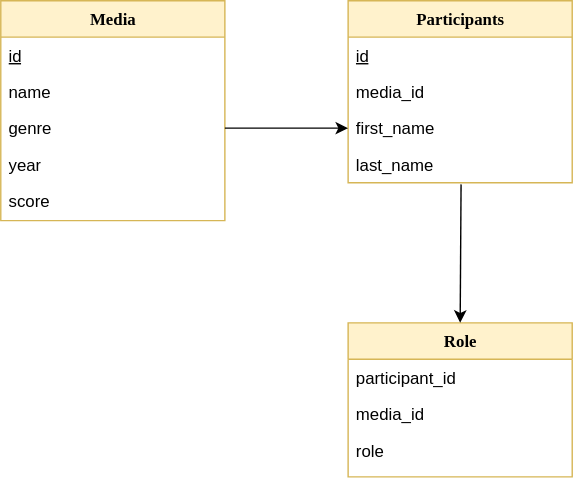
This is lab2/lab2-crud/er_diagram.svg from jakobfridesjo/5dv202-labs, a draw.io export, as it was before one commit. Source tidied: cells renumbered, new cells last; positions are measured from the earlier drawing's top-left corner, leaving out a move shared by most shapes. Its diagram source:
```xml
<mxGraphModel>
  <root>
    <mxCell id="0" />
    <mxCell id="1" parent="0" />
    <mxCell id="2" value="Media" style="swimlane;html=1;fontStyle=1;align=center;verticalAlign=top;horizontal=1;startSize=26;swimlaneFillColor=#ffffff;rounded=0;shadow=0;comic=0;labelBackgroundColor=none;strokeWidth=1;fontFamily=Verdana;fontSize=12;fillColor=#fff2cc;strokeColor=#d6b656;" parent="1" vertex="1">
      <mxGeometry width="160" height="157" as="geometry" />
    </mxCell>
    <mxCell id="3" value="&lt;u&gt;id&lt;/u&gt;" style="text;html=1;strokeColor=none;fillColor=none;align=left;verticalAlign=top;spacingLeft=4;spacingRight=4;whiteSpace=wrap;overflow=hidden;" parent="2" vertex="1">
      <mxGeometry y="26" width="160" height="26" as="geometry" />
    </mxCell>
    <mxCell id="4" value="name" style="text;html=1;strokeColor=none;fillColor=none;align=left;verticalAlign=top;spacingLeft=4;spacingRight=4;whiteSpace=wrap;overflow=hidden;" parent="2" vertex="1">
      <mxGeometry y="52" width="160" height="26" as="geometry" />
    </mxCell>
    <mxCell id="5" value="genre" style="text;html=1;strokeColor=none;fillColor=none;align=left;verticalAlign=top;spacingLeft=4;spacingRight=4;whiteSpace=wrap;overflow=hidden;points=[[0,0.5],[1,0.5]];portConstraint=eastwest;" parent="2" vertex="1">
      <mxGeometry y="78" width="160" height="26" as="geometry" />
    </mxCell>
    <mxCell id="6" value="year" style="text;html=1;strokeColor=none;fillColor=none;align=left;verticalAlign=top;spacingLeft=4;spacingRight=4;whiteSpace=wrap;overflow=hidden;" parent="2" vertex="1">
      <mxGeometry y="104" width="160" height="26" as="geometry" />
    </mxCell>
    <mxCell id="7" value="score" style="text;html=1;strokeColor=none;fillColor=none;align=left;verticalAlign=top;spacingLeft=4;spacingRight=4;whiteSpace=wrap;overflow=hidden;" parent="2" vertex="1">
      <mxGeometry y="130" width="160" height="26" as="geometry" />
    </mxCell>
    <mxCell id="8" value="Participants" style="swimlane;html=1;fontStyle=1;align=center;verticalAlign=top;horizontal=1;startSize=26;swimlaneFillColor=#ffffff;rounded=0;shadow=0;comic=0;labelBackgroundColor=none;strokeWidth=1;fontFamily=Verdana;fontSize=12;fillColor=#fff2cc;strokeColor=#d6b656;" parent="1" vertex="1">
      <mxGeometry x="248" width="160" height="130" as="geometry" />
    </mxCell>
    <mxCell id="9" value="&lt;u&gt;id&lt;/u&gt;" style="text;html=1;strokeColor=none;fillColor=none;align=left;verticalAlign=top;spacingLeft=4;spacingRight=4;whiteSpace=wrap;overflow=hidden;" parent="8" vertex="1">
      <mxGeometry y="26" width="160" height="26" as="geometry" />
    </mxCell>
    <mxCell id="10" value="media_id" style="text;html=1;strokeColor=none;fillColor=none;align=left;verticalAlign=top;spacingLeft=4;spacingRight=4;whiteSpace=wrap;overflow=hidden;" parent="8" vertex="1">
      <mxGeometry y="52" width="160" height="26" as="geometry" />
    </mxCell>
    <mxCell id="11" value="first_name" style="text;html=1;strokeColor=none;fillColor=none;align=left;verticalAlign=top;spacingLeft=4;spacingRight=4;whiteSpace=wrap;overflow=hidden;points=[[0,0.5],[1,0.5]];portConstraint=eastwest;" parent="8" vertex="1">
      <mxGeometry y="78" width="160" height="26" as="geometry" />
    </mxCell>
    <mxCell id="12" value="last_name" style="text;html=1;strokeColor=none;fillColor=none;align=left;verticalAlign=top;spacingLeft=4;spacingRight=4;whiteSpace=wrap;overflow=hidden;points=[[0,0.5],[1,0.5]];portConstraint=eastwest;" parent="8" vertex="1">
      <mxGeometry y="104" width="160" height="26" as="geometry" />
    </mxCell>
    <mxCell id="13" value="Role" style="swimlane;html=1;fontStyle=1;align=center;verticalAlign=top;horizontal=1;startSize=26;swimlaneFillColor=#ffffff;rounded=0;shadow=0;comic=0;labelBackgroundColor=none;strokeWidth=1;fontFamily=Verdana;fontSize=12;fillColor=#fff2cc;strokeColor=#d6b656;" parent="1" vertex="1">
      <mxGeometry x="248" y="230" width="160" height="110" as="geometry" />
    </mxCell>
    <mxCell id="14" value="participant_id" style="text;html=1;strokeColor=none;fillColor=none;align=left;verticalAlign=top;spacingLeft=4;spacingRight=4;whiteSpace=wrap;overflow=hidden;" parent="13" vertex="1">
      <mxGeometry y="26" width="160" height="26" as="geometry" />
    </mxCell>
    <mxCell id="15" value="media_id" style="text;html=1;strokeColor=none;fillColor=none;align=left;verticalAlign=top;spacingLeft=4;spacingRight=4;whiteSpace=wrap;overflow=hidden;" parent="13" vertex="1">
      <mxGeometry y="52" width="160" height="26" as="geometry" />
    </mxCell>
    <mxCell id="16" value="role" style="text;html=1;strokeColor=none;fillColor=none;align=left;verticalAlign=top;spacingLeft=4;spacingRight=4;whiteSpace=wrap;overflow=hidden;" parent="13" vertex="1">
      <mxGeometry y="78" width="160" height="26" as="geometry" />
    </mxCell>
    <mxCell id="17" style="endArrow=classic;html=1;rounded=0;entryX=0.5;entryY=0;entryDx=0;entryDy=0;exitX=0.504;exitY=1.044;exitDx=0;exitDy=0;exitPerimeter=0;" parent="1" edge="1" source="12" target="13">
      <mxGeometry relative="1" as="geometry" />
    </mxCell>
    <mxCell id="18" style="endArrow=classic;html=1;rounded=0;entryX=0;entryY=0.5;entryDx=0;entryDy=0;exitX=1;exitY=0.5;exitDx=0;exitDy=0;" parent="1" edge="1" source="5" target="11">
      <mxGeometry relative="1" as="geometry" />
    </mxCell>
  </root>
</mxGraphModel>
```
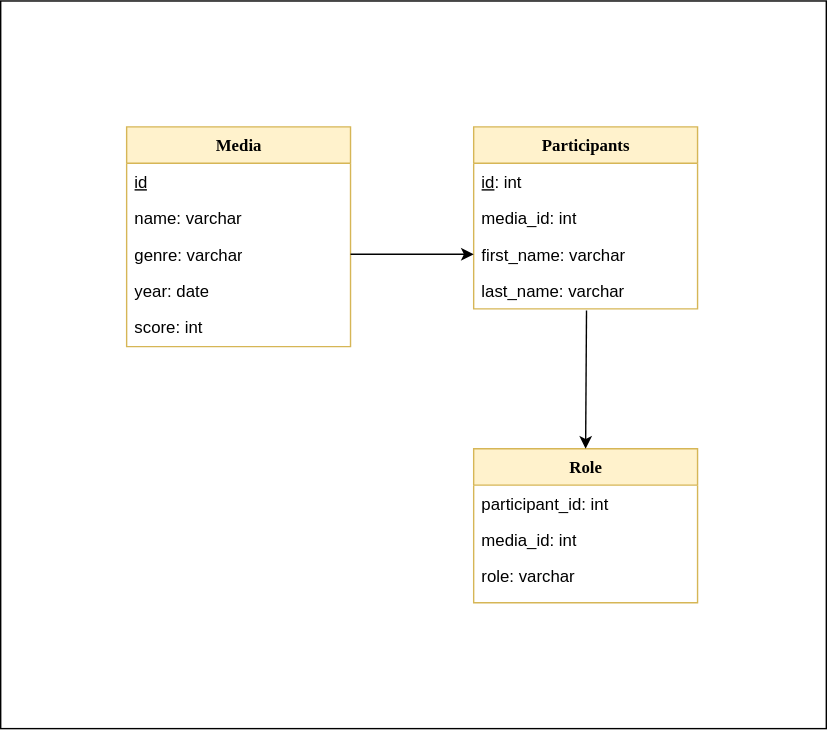
After the commit.

Diff of the diagram source:
```diff
@@ -2,49 +2,52 @@
   <root>
     <mxCell id="0" />
     <mxCell id="1" parent="0" />
+    <mxCell id="19" style="rounded=0;whiteSpace=wrap;html=1;" parent="1" vertex="1">
+      <mxGeometry x="-90" y="-90" width="590" height="520" as="geometry" />
+    </mxCell>
     <mxCell id="2" value="Media" style="swimlane;html=1;fontStyle=1;align=center;verticalAlign=top;horizontal=1;startSize=26;swimlaneFillColor=#ffffff;rounded=0;shadow=0;comic=0;labelBackgroundColor=none;strokeWidth=1;fontFamily=Verdana;fontSize=12;fillColor=#fff2cc;strokeColor=#d6b656;" parent="1" vertex="1">
       <mxGeometry width="160" height="157" as="geometry" />
     </mxCell>
     <mxCell id="3" value="&lt;u&gt;id&lt;/u&gt;" style="text;html=1;strokeColor=none;fillColor=none;align=left;verticalAlign=top;spacingLeft=4;spacingRight=4;whiteSpace=wrap;overflow=hidden;" parent="2" vertex="1">
       <mxGeometry y="26" width="160" height="26" as="geometry" />
     </mxCell>
-    <mxCell id="4" value="name" style="text;html=1;strokeColor=none;fillColor=none;align=left;verticalAlign=top;spacingLeft=4;spacingRight=4;whiteSpace=wrap;overflow=hidden;" parent="2" vertex="1">
+    <mxCell id="4" value="name: varchar" style="text;html=1;strokeColor=none;fillColor=none;align=left;verticalAlign=top;spacingLeft=4;spacingRight=4;whiteSpace=wrap;overflow=hidden;" parent="2" vertex="1">
       <mxGeometry y="52" width="160" height="26" as="geometry" />
     </mxCell>
-    <mxCell id="5" value="genre" style="text;html=1;strokeColor=none;fillColor=none;align=left;verticalAlign=top;spacingLeft=4;spacingRight=4;whiteSpace=wrap;overflow=hidden;points=[[0,0.5],[1,0.5]];portConstraint=eastwest;" parent="2" vertex="1">
+    <mxCell id="5" value="genre: varchar" style="text;html=1;strokeColor=none;fillColor=none;align=left;verticalAlign=top;spacingLeft=4;spacingRight=4;whiteSpace=wrap;overflow=hidden;points=[[0,0.5],[1,0.5]];portConstraint=eastwest;" parent="2" vertex="1">
       <mxGeometry y="78" width="160" height="26" as="geometry" />
     </mxCell>
-    <mxCell id="6" value="year" style="text;html=1;strokeColor=none;fillColor=none;align=left;verticalAlign=top;spacingLeft=4;spacingRight=4;whiteSpace=wrap;overflow=hidden;" parent="2" vertex="1">
+    <mxCell id="6" value="year: date" style="text;html=1;strokeColor=none;fillColor=none;align=left;verticalAlign=top;spacingLeft=4;spacingRight=4;whiteSpace=wrap;overflow=hidden;" parent="2" vertex="1">
       <mxGeometry y="104" width="160" height="26" as="geometry" />
     </mxCell>
-    <mxCell id="7" value="score" style="text;html=1;strokeColor=none;fillColor=none;align=left;verticalAlign=top;spacingLeft=4;spacingRight=4;whiteSpace=wrap;overflow=hidden;" parent="2" vertex="1">
+    <mxCell id="7" value="score: int" style="text;html=1;strokeColor=none;fillColor=none;align=left;verticalAlign=top;spacingLeft=4;spacingRight=4;whiteSpace=wrap;overflow=hidden;" parent="2" vertex="1">
       <mxGeometry y="130" width="160" height="26" as="geometry" />
     </mxCell>
     <mxCell id="8" value="Participants" style="swimlane;html=1;fontStyle=1;align=center;verticalAlign=top;horizontal=1;startSize=26;swimlaneFillColor=#ffffff;rounded=0;shadow=0;comic=0;labelBackgroundColor=none;strokeWidth=1;fontFamily=Verdana;fontSize=12;fillColor=#fff2cc;strokeColor=#d6b656;" parent="1" vertex="1">
       <mxGeometry x="248" width="160" height="130" as="geometry" />
     </mxCell>
-    <mxCell id="9" value="&lt;u&gt;id&lt;/u&gt;" style="text;html=1;strokeColor=none;fillColor=none;align=left;verticalAlign=top;spacingLeft=4;spacingRight=4;whiteSpace=wrap;overflow=hidden;" parent="8" vertex="1">
+    <mxCell id="9" value="&lt;u&gt;id&lt;/u&gt;: int" style="text;html=1;strokeColor=none;fillColor=none;align=left;verticalAlign=top;spacingLeft=4;spacingRight=4;whiteSpace=wrap;overflow=hidden;" parent="8" vertex="1">
       <mxGeometry y="26" width="160" height="26" as="geometry" />
     </mxCell>
-    <mxCell id="10" value="media_id" style="text;html=1;strokeColor=none;fillColor=none;align=left;verticalAlign=top;spacingLeft=4;spacingRight=4;whiteSpace=wrap;overflow=hidden;" parent="8" vertex="1">
+    <mxCell id="10" value="media_id: int" style="text;html=1;strokeColor=none;fillColor=none;align=left;verticalAlign=top;spacingLeft=4;spacingRight=4;whiteSpace=wrap;overflow=hidden;" parent="8" vertex="1">
       <mxGeometry y="52" width="160" height="26" as="geometry" />
     </mxCell>
-    <mxCell id="11" value="first_name" style="text;html=1;strokeColor=none;fillColor=none;align=left;verticalAlign=top;spacingLeft=4;spacingRight=4;whiteSpace=wrap;overflow=hidden;points=[[0,0.5],[1,0.5]];portConstraint=eastwest;" parent="8" vertex="1">
+    <mxCell id="11" value="first_name: varchar" style="text;html=1;strokeColor=none;fillColor=none;align=left;verticalAlign=top;spacingLeft=4;spacingRight=4;whiteSpace=wrap;overflow=hidden;points=[[0,0.5],[1,0.5]];portConstraint=eastwest;" parent="8" vertex="1">
       <mxGeometry y="78" width="160" height="26" as="geometry" />
     </mxCell>
-    <mxCell id="12" value="last_name" style="text;html=1;strokeColor=none;fillColor=none;align=left;verticalAlign=top;spacingLeft=4;spacingRight=4;whiteSpace=wrap;overflow=hidden;points=[[0,0.5],[1,0.5]];portConstraint=eastwest;" parent="8" vertex="1">
+    <mxCell id="12" value="last_name: varchar" style="text;html=1;strokeColor=none;fillColor=none;align=left;verticalAlign=top;spacingLeft=4;spacingRight=4;whiteSpace=wrap;overflow=hidden;points=[[0,0.5],[1,0.5]];portConstraint=eastwest;" parent="8" vertex="1">
       <mxGeometry y="104" width="160" height="26" as="geometry" />
     </mxCell>
     <mxCell id="13" value="Role" style="swimlane;html=1;fontStyle=1;align=center;verticalAlign=top;horizontal=1;startSize=26;swimlaneFillColor=#ffffff;rounded=0;shadow=0;comic=0;labelBackgroundColor=none;strokeWidth=1;fontFamily=Verdana;fontSize=12;fillColor=#fff2cc;strokeColor=#d6b656;" parent="1" vertex="1">
       <mxGeometry x="248" y="230" width="160" height="110" as="geometry" />
     </mxCell>
-    <mxCell id="14" value="participant_id" style="text;html=1;strokeColor=none;fillColor=none;align=left;verticalAlign=top;spacingLeft=4;spacingRight=4;whiteSpace=wrap;overflow=hidden;" parent="13" vertex="1">
+    <mxCell id="14" value="participant_id: int" style="text;html=1;strokeColor=none;fillColor=none;align=left;verticalAlign=top;spacingLeft=4;spacingRight=4;whiteSpace=wrap;overflow=hidden;" parent="13" vertex="1">
       <mxGeometry y="26" width="160" height="26" as="geometry" />
     </mxCell>
-    <mxCell id="15" value="media_id" style="text;html=1;strokeColor=none;fillColor=none;align=left;verticalAlign=top;spacingLeft=4;spacingRight=4;whiteSpace=wrap;overflow=hidden;" parent="13" vertex="1">
+    <mxCell id="15" value="media_id: int" style="text;html=1;strokeColor=none;fillColor=none;align=left;verticalAlign=top;spacingLeft=4;spacingRight=4;whiteSpace=wrap;overflow=hidden;" parent="13" vertex="1">
       <mxGeometry y="52" width="160" height="26" as="geometry" />
     </mxCell>
-    <mxCell id="16" value="role" style="text;html=1;strokeColor=none;fillColor=none;align=left;verticalAlign=top;spacingLeft=4;spacingRight=4;whiteSpace=wrap;overflow=hidden;" parent="13" vertex="1">
+    <mxCell id="16" value="role: varchar" style="text;html=1;strokeColor=none;fillColor=none;align=left;verticalAlign=top;spacingLeft=4;spacingRight=4;whiteSpace=wrap;overflow=hidden;" parent="13" vertex="1">
       <mxGeometry y="78" width="160" height="26" as="geometry" />
     </mxCell>
     <mxCell id="17" style="endArrow=classic;html=1;rounded=0;entryX=0.5;entryY=0;entryDx=0;entryDy=0;exitX=0.504;exitY=1.044;exitDx=0;exitDy=0;exitPerimeter=0;" parent="1" edge="1" source="12" target="13">
```
